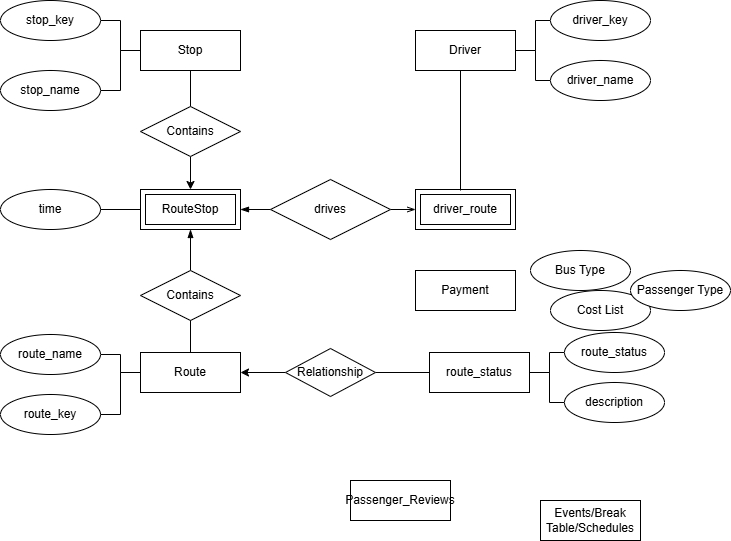
Earlier version of the draw.io export ER_Diagram_Draft3.drawio.png (Krish123git/CSE111BusSchduleProj.UCM). Source tidied: cells renumbered, new cells last; positions are measured from the earlier drawing's top-left corner, leaving out a move shared by most shapes.
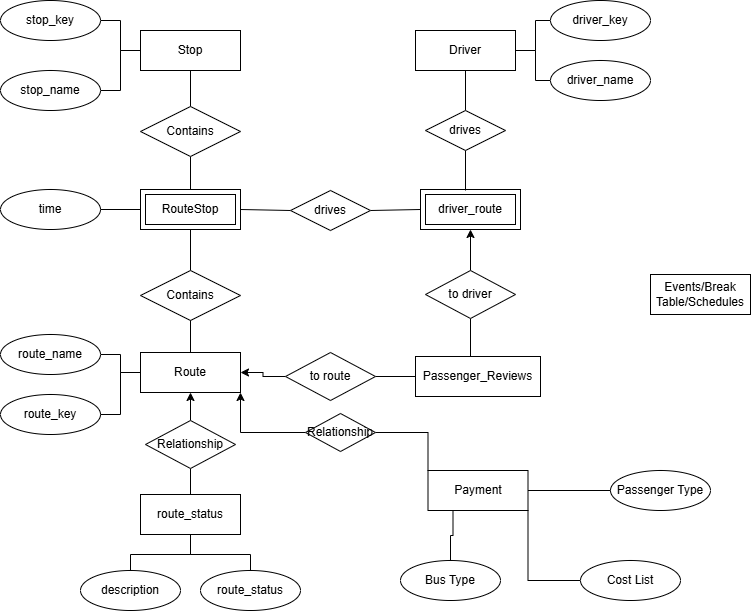
After the change.

Commit message:
Final Submission for Phase 1

Change to the diagram source:
```diff
@@ -20,14 +20,14 @@
     <mxCell id="7" value="Driver" style="whiteSpace=wrap;html=1;align=center;" parent="1" vertex="1">
       <mxGeometry x="415" y="30" width="100" height="40" as="geometry" />
     </mxCell>
-    <mxCell id="8" style="edgeStyle=orthogonalEdgeStyle;rounded=0;jettySize=auto;html=1;exitX=1;exitY=0.5;exitDx=0;exitDy=0;entryX=0;entryY=0.5;entryDx=0;entryDy=0;endArrow=none;endFill=0;" parent="1" edge="1" source="10" target="14">
+    <mxCell id="8" style="edgeStyle=orthogonalEdgeStyle;rounded=0;jettySize=auto;html=1;exitX=0.5;exitY=1;exitDx=0;exitDy=0;entryX=0.5;entryY=0;entryDx=0;entryDy=0;endArrow=none;endFill=0;" parent="1" edge="1" source="10" target="14">
       <mxGeometry relative="1" as="geometry" />
     </mxCell>
-    <mxCell id="9" style="edgeStyle=orthogonalEdgeStyle;rounded=0;jettySize=auto;html=1;exitX=1;exitY=0.5;exitDx=0;exitDy=0;entryX=0;entryY=0.5;entryDx=0;entryDy=0;endArrow=none;endFill=0;" parent="1" edge="1" source="10" target="15">
+    <mxCell id="9" style="edgeStyle=orthogonalEdgeStyle;rounded=0;jettySize=auto;html=1;exitX=0.5;exitY=1;exitDx=0;exitDy=0;entryX=0.5;entryY=0;entryDx=0;entryDy=0;endArrow=none;endFill=0;" parent="1" edge="1" source="10" target="15">
       <mxGeometry relative="1" as="geometry" />
     </mxCell>
     <mxCell id="10" value="route_status" style="whiteSpace=wrap;html=1;align=center;" parent="1" vertex="1">
-      <mxGeometry x="429" y="352" width="100" height="40" as="geometry" />
+      <mxGeometry x="140" y="494" width="100" height="40" as="geometry" />
     </mxCell>
     <mxCell id="11" value="stop_key" style="ellipse;whiteSpace=wrap;html=1;align=center;" parent="1" vertex="1">
       <mxGeometry width="100" height="40" as="geometry" />
@@ -39,10 +39,10 @@
       <mxGeometry x="550" y="60" width="100" height="40" as="geometry" />
     </mxCell>
     <mxCell id="14" value="route_status" style="ellipse;whiteSpace=wrap;html=1;align=center;" parent="1" vertex="1">
-      <mxGeometry x="564" y="332" width="100" height="40" as="geometry" />
+      <mxGeometry x="200" y="570" width="100" height="40" as="geometry" />
     </mxCell>
     <mxCell id="15" value="description" style="ellipse;whiteSpace=wrap;html=1;align=center;" parent="1" vertex="1">
-      <mxGeometry x="564" y="382" width="100" height="40" as="geometry" />
+      <mxGeometry x="80" y="570" width="100" height="40" as="geometry" />
     </mxCell>
     <mxCell id="16" style="edgeStyle=orthogonalEdgeStyle;rounded=0;jettySize=auto;html=1;exitX=0.5;exitY=0;exitDx=0;exitDy=0;endArrow=none;endFill=0;" parent="1" edge="1" source="31" target="4">
       <mxGeometry relative="1" as="geometry" />
@@ -62,12 +62,10 @@
     <mxCell id="21" value="route_key" style="ellipse;whiteSpace=wrap;html=1;align=center;" parent="1" vertex="1">
       <mxGeometry y="394" width="100" height="40" as="geometry" />
     </mxCell>
-    <mxCell id="22" style="endArrow=openThin;html=1;rounded=0;entryX=0;entryY=0.5;entryDx=0;entryDy=0;exitX=1;exitY=0.5;exitDx=0;exitDy=0;endFill=0;" parent="1" edge="1" source="33">
-      <mxGeometry relative="1" as="geometry">
-        <mxPoint x="415" y="209" as="targetPoint" />
-      </mxGeometry>
+    <mxCell id="22" style="endArrow=none;html=1;rounded=0;entryX=0;entryY=0.5;entryDx=0;entryDy=0;exitX=1;exitY=0.5;exitDx=0;exitDy=0;endFill=0;" parent="1" edge="1" source="33" target="28">
+      <mxGeometry relative="1" as="geometry" />
     </mxCell>
-    <mxCell id="23" style="endArrow=none;html=1;rounded=0;startArrow=blockThin;startFill=1;entryX=0.5;entryY=0;entryDx=0;entryDy=0;exitX=0.5;exitY=1;exitDx=0;exitDy=0;" parent="1" edge="1" source="30" target="26">
+    <mxCell id="23" style="endArrow=none;html=1;rounded=0;startArrow=none;startFill=0;entryX=0.5;entryY=0;entryDx=0;entryDy=0;exitX=0.5;exitY=1;exitDx=0;exitDy=0;" parent="1" edge="1" source="30" target="26">
       <mxGeometry relative="1" as="geometry" />
     </mxCell>
     <mxCell id="24" style="endArrow=none;html=1;rounded=0;exitX=1;exitY=0.5;exitDx=0;exitDy=0;exitPerimeter=0;entryX=0;entryY=0.5;entryDx=0;entryDy=0;" parent="1" edge="1" source="17" target="30">
@@ -83,9 +81,9 @@
       <mxGeometry relative="1" as="geometry" />
     </mxCell>
     <mxCell id="28" value="driver_route" style="shape=ext;margin=3;double=1;whiteSpace=wrap;html=1;align=center;" parent="1" vertex="1">
-      <mxGeometry x="415" y="189" width="100" height="40" as="geometry" />
+      <mxGeometry x="420" y="189" width="100" height="40" as="geometry" />
     </mxCell>
-    <mxCell id="29" style="edgeStyle=orthogonalEdgeStyle;rounded=0;jettySize=auto;html=1;exitX=0.5;exitY=0;exitDx=0;exitDy=0;entryX=0.5;entryY=1;entryDx=0;entryDy=0;endArrow=none;endFill=0;startArrow=classic;startFill=1;" parent="1" edge="1" source="30" target="31">
+    <mxCell id="29" style="edgeStyle=orthogonalEdgeStyle;rounded=0;jettySize=auto;html=1;exitX=0.5;exitY=0;exitDx=0;exitDy=0;entryX=0.5;entryY=1;entryDx=0;entryDy=0;endArrow=none;endFill=0;startArrow=none;startFill=0;" parent="1" edge="1" source="30" target="31">
       <mxGeometry relative="1" as="geometry" />
     </mxCell>
     <mxCell id="30" value="RouteStop" style="shape=ext;margin=3;double=1;whiteSpace=wrap;html=1;align=center;" parent="1" vertex="1">
@@ -94,46 +92,86 @@
     <mxCell id="31" value="Contains" style="shape=rhombus;perimeter=rhombusPerimeter;whiteSpace=wrap;html=1;align=center;" parent="1" vertex="1">
       <mxGeometry x="140" y="106" width="100" height="50" as="geometry" />
     </mxCell>
-    <mxCell id="32" style="endArrow=none;html=1;rounded=0;entryX=0;entryY=0.5;entryDx=0;entryDy=0;exitX=1;exitY=0.5;exitDx=0;exitDy=0;startArrow=blockThin;startFill=1;" parent="1" edge="1" source="30" target="33">
+    <mxCell id="32" style="endArrow=none;html=1;rounded=0;entryX=0;entryY=0.5;entryDx=0;entryDy=0;exitX=1;exitY=0.5;exitDx=0;exitDy=0;startArrow=none;startFill=0;" parent="1" edge="1" source="30" target="33">
       <mxGeometry relative="1" as="geometry" />
     </mxCell>
     <mxCell id="33" value="drives" style="shape=rhombus;perimeter=rhombusPerimeter;whiteSpace=wrap;html=1;align=center;" parent="1" vertex="1">
-      <mxGeometry x="270" y="179" width="120" height="60" as="geometry" />
+      <mxGeometry x="290" y="190" width="80" height="40" as="geometry" />
     </mxCell>
-    <mxCell id="34" style="edgeStyle=orthogonalEdgeStyle;rounded=0;jettySize=auto;html=1;exitX=0;exitY=0.5;exitDx=0;exitDy=0;entryX=1;entryY=0.5;entryDx=0;entryDy=0;endArrow=none;endFill=0;" parent="1" edge="1" source="10" target="36">
+    <mxCell id="34" style="edgeStyle=orthogonalEdgeStyle;rounded=0;jettySize=auto;html=1;exitX=0.5;exitY=0;exitDx=0;exitDy=0;entryX=0.5;entryY=1;entryDx=0;entryDy=0;endArrow=none;endFill=0;" parent="1" edge="1" source="10" target="36">
       <mxGeometry relative="1" as="geometry" />
     </mxCell>
-    <mxCell id="35" style="edgeStyle=orthogonalEdgeStyle;rounded=0;jettySize=auto;html=1;exitX=0;exitY=0.5;exitDx=0;exitDy=0;entryX=1;entryY=0.5;entryDx=0;entryDy=0;endArrow=classic;endFill=1;" parent="1" edge="1" source="36" target="19">
+    <mxCell id="35" style="edgeStyle=orthogonalEdgeStyle;rounded=0;jettySize=auto;html=1;exitX=0.5;exitY=0;exitDx=0;exitDy=0;entryX=0.5;entryY=1;entryDx=0;entryDy=0;endArrow=classic;endFill=1;" parent="1" edge="1" source="36" target="19">
       <mxGeometry relative="1" as="geometry" />
     </mxCell>
     <mxCell id="36" value="Relationship" style="shape=rhombus;perimeter=rhombusPerimeter;whiteSpace=wrap;html=1;align=center;" parent="1" vertex="1">
-      <mxGeometry x="285" y="348" width="90" height="48" as="geometry" />
+      <mxGeometry x="145" y="420" width="90" height="48" as="geometry" />
     </mxCell>
     <mxCell id="37" value="stop_name" style="ellipse;whiteSpace=wrap;html=1;align=center;" parent="1" vertex="1">
       <mxGeometry y="70" width="100" height="40" as="geometry" />
     </mxCell>
-    <mxCell id="38" style="endArrow=none;html=1;rounded=0;exitX=0.45;exitY=0.025;exitDx=0;exitDy=0;exitPerimeter=0;" parent="1" edge="1" source="28">
-      <mxGeometry relative="1" as="geometry">
-        <mxPoint x="460" y="70" as="targetPoint" />
-      </mxGeometry>
+    <mxCell id="38" style="endArrow=none;html=1;rounded=0;exitX=0.45;exitY=0.025;exitDx=0;exitDy=0;exitPerimeter=0;entryX=0.5;entryY=1;entryDx=0;entryDy=0;" parent="1" edge="1" source="28" target="52">
+      <mxGeometry relative="1" as="geometry" />
     </mxCell>
+    <mxCell id="45" style="edgeStyle=orthogonalEdgeStyle;rounded=0;jettySize=auto;html=1;exitX=0;exitY=0;exitDx=0;exitDy=0;entryX=1;entryY=0.5;entryDx=0;entryDy=0;endArrow=none;endFill=0;" parent="1" edge="1" source="39" target="58">
+      <mxGeometry relative="1" as="geometry" />
+    </mxCell>
     <mxCell id="39" value="Payment" style="whiteSpace=wrap;html=1;align=center;" parent="1" vertex="1">
-      <mxGeometry x="415" y="270" width="100" height="40" as="geometry" />
+      <mxGeometry x="427.5" y="470" width="100" height="40" as="geometry" />
     </mxCell>
+    <mxCell id="46" style="edgeStyle=orthogonalEdgeStyle;rounded=0;jettySize=auto;html=1;exitX=0.5;exitY=0;exitDx=0;exitDy=0;entryX=0.25;entryY=1;entryDx=0;entryDy=0;endArrow=none;endFill=0;" parent="1" edge="1" source="40" target="39">
+      <mxGeometry relative="1" as="geometry" />
+    </mxCell>
     <mxCell id="40" value="Bus Type" style="ellipse;whiteSpace=wrap;html=1;align=center;" parent="1" vertex="1">
-      <mxGeometry x="530" y="250" width="100" height="40" as="geometry" />
+      <mxGeometry x="400" y="560" width="100" height="40" as="geometry" />
     </mxCell>
+    <mxCell id="47" style="edgeStyle=orthogonalEdgeStyle;rounded=0;jettySize=auto;html=1;exitX=0;exitY=0.5;exitDx=0;exitDy=0;entryX=1;entryY=1;entryDx=0;entryDy=0;endArrow=none;endFill=0;" parent="1" edge="1" source="41" target="39">
+      <mxGeometry relative="1" as="geometry" />
+    </mxCell>
     <mxCell id="41" value="Cost List" style="ellipse;whiteSpace=wrap;html=1;align=center;" parent="1" vertex="1">
-      <mxGeometry x="550" y="290" width="100" height="40" as="geometry" />
+      <mxGeometry x="580" y="560" width="100" height="40" as="geometry" />
     </mxCell>
+    <mxCell id="48" style="edgeStyle=orthogonalEdgeStyle;rounded=0;jettySize=auto;html=1;exitX=0;exitY=0.5;exitDx=0;exitDy=0;entryX=1;entryY=0.5;entryDx=0;entryDy=0;endArrow=none;endFill=0;" parent="1" edge="1" source="42" target="39">
+      <mxGeometry relative="1" as="geometry" />
+    </mxCell>
     <mxCell id="42" value="Passenger Type" style="ellipse;whiteSpace=wrap;html=1;align=center;" parent="1" vertex="1">
-      <mxGeometry x="630" y="270" width="100" height="40" as="geometry" />
+      <mxGeometry x="610" y="470" width="100" height="40" as="geometry" />
     </mxCell>
+    <mxCell id="49" style="edgeStyle=orthogonalEdgeStyle;rounded=0;jettySize=auto;html=1;exitX=0.5;exitY=0;exitDx=0;exitDy=0;entryX=0.5;entryY=1;entryDx=0;entryDy=0;endArrow=none;endFill=0;" parent="1" edge="1" source="43" target="54">
+      <mxGeometry relative="1" as="geometry" />
+    </mxCell>
+    <mxCell id="50" style="edgeStyle=orthogonalEdgeStyle;rounded=0;jettySize=auto;html=1;exitX=0;exitY=0.5;exitDx=0;exitDy=0;entryX=1;entryY=0.5;entryDx=0;entryDy=0;endArrow=none;endFill=0;" parent="1" edge="1" source="43" target="56">
+      <mxGeometry relative="1" as="geometry" />
+    </mxCell>
     <mxCell id="43" value="Passenger_Reviews" style="whiteSpace=wrap;html=1;align=center;" parent="1" vertex="1">
-      <mxGeometry x="350" y="480" width="100" height="40" as="geometry" />
+      <mxGeometry x="415" y="356" width="125" height="40" as="geometry" />
     </mxCell>
     <mxCell id="44" value="Events/Break Table/Schedules" style="whiteSpace=wrap;html=1;align=center;" parent="1" vertex="1">
-      <mxGeometry x="540" y="500" width="100" height="40" as="geometry" />
+      <mxGeometry x="650" y="274" width="100" height="40" as="geometry" />
     </mxCell>
+    <mxCell id="51" style="edgeStyle=orthogonalEdgeStyle;rounded=0;jettySize=auto;html=1;exitX=0.5;exitY=0;exitDx=0;exitDy=0;entryX=0.5;entryY=1;entryDx=0;entryDy=0;endArrow=none;endFill=0;" parent="1" edge="1" source="52" target="7">
+      <mxGeometry relative="1" as="geometry" />
+    </mxCell>
+    <mxCell id="52" value="drives" style="shape=rhombus;perimeter=rhombusPerimeter;whiteSpace=wrap;html=1;align=center;" parent="1" vertex="1">
+      <mxGeometry x="425" y="110" width="80" height="40" as="geometry" />
+    </mxCell>
+    <mxCell id="53" style="edgeStyle=orthogonalEdgeStyle;rounded=0;jettySize=auto;html=1;exitX=0.5;exitY=0;exitDx=0;exitDy=0;entryX=0.5;entryY=1;entryDx=0;entryDy=0;" parent="1" edge="1" source="54" target="28">
+      <mxGeometry relative="1" as="geometry" />
+    </mxCell>
+    <mxCell id="54" value="to driver" style="shape=rhombus;perimeter=rhombusPerimeter;whiteSpace=wrap;html=1;align=center;" parent="1" vertex="1">
+      <mxGeometry x="425" y="270" width="90" height="48" as="geometry" />
+    </mxCell>
+    <mxCell id="55" style="edgeStyle=orthogonalEdgeStyle;rounded=0;jettySize=auto;html=1;exitX=0;exitY=0.5;exitDx=0;exitDy=0;entryX=1;entryY=0.5;entryDx=0;entryDy=0;endArrow=classic;endFill=1;" parent="1" edge="1" source="56" target="19">
+      <mxGeometry relative="1" as="geometry" />
+    </mxCell>
+    <mxCell id="56" value="to route" style="shape=rhombus;perimeter=rhombusPerimeter;whiteSpace=wrap;html=1;align=center;" parent="1" vertex="1">
+      <mxGeometry x="285" y="352" width="90" height="48" as="geometry" />
+    </mxCell>
+    <mxCell id="57" style="edgeStyle=orthogonalEdgeStyle;rounded=0;jettySize=auto;html=1;exitX=0;exitY=0.5;exitDx=0;exitDy=0;entryX=1;entryY=1;entryDx=0;entryDy=0;endArrow=classic;endFill=1;" parent="1" edge="1" source="58" target="19">
+      <mxGeometry relative="1" as="geometry" />
+    </mxCell>
+    <mxCell id="58" value="Relationship" style="shape=rhombus;perimeter=rhombusPerimeter;whiteSpace=wrap;html=1;align=center;" parent="1" vertex="1">
+      <mxGeometry x="305" y="413" width="70" height="38" as="geometry" />
+    </mxCell>
   </root>
 </mxGraphModel>
```
